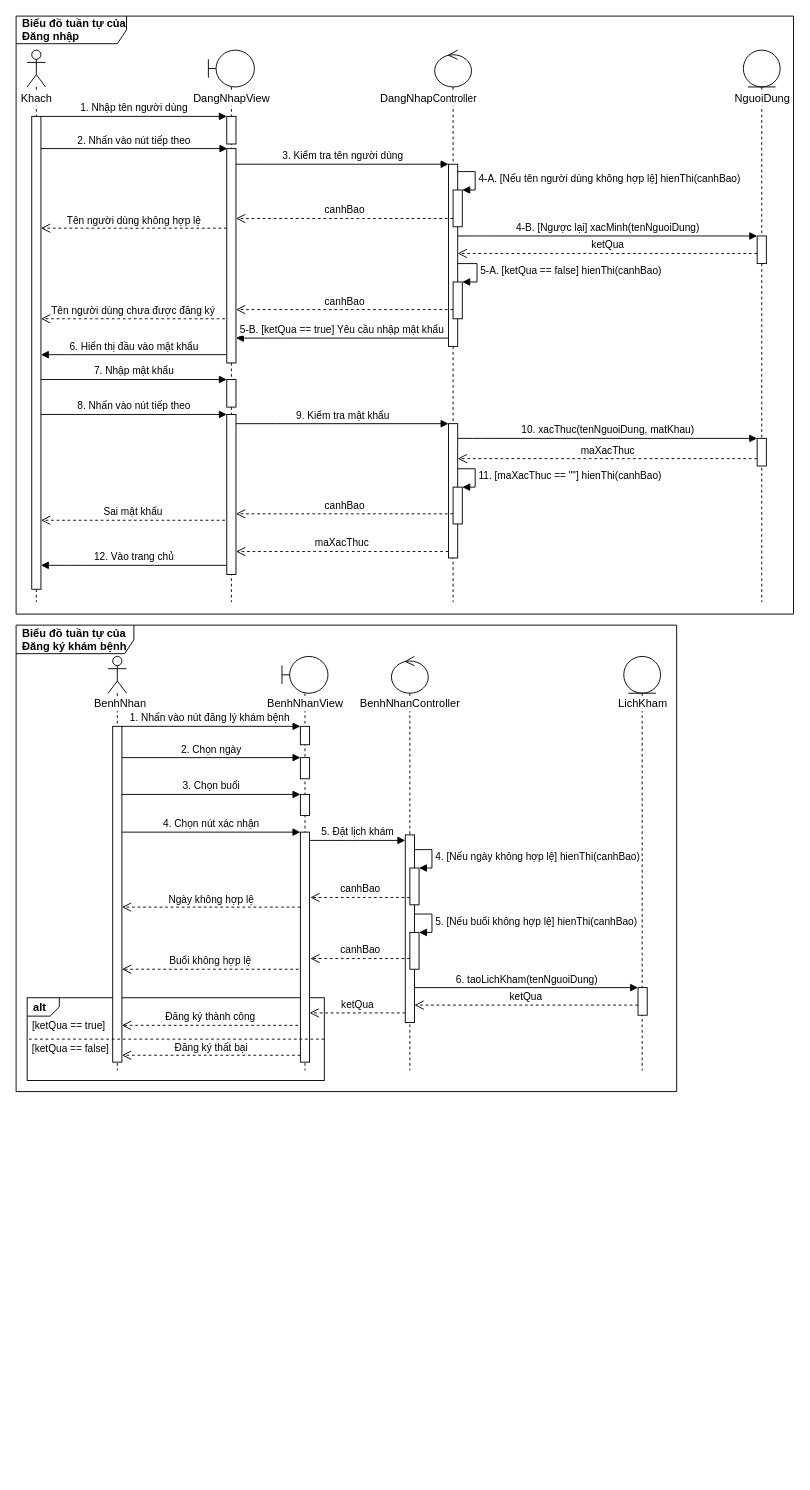
Before: page "Sequence" (1 of 4) of designs/luc.drawio in luclegen/medicine16, a draw.io diagram. Source tidied: cells renumbered, new cells numbered last; positions are measured from the earlier drawing's top-left corner, leaving out a move shared by most shapes. Both pictures are drawn from the tidied source at 92%, with x=0, y=0 at pixel (16, 16).
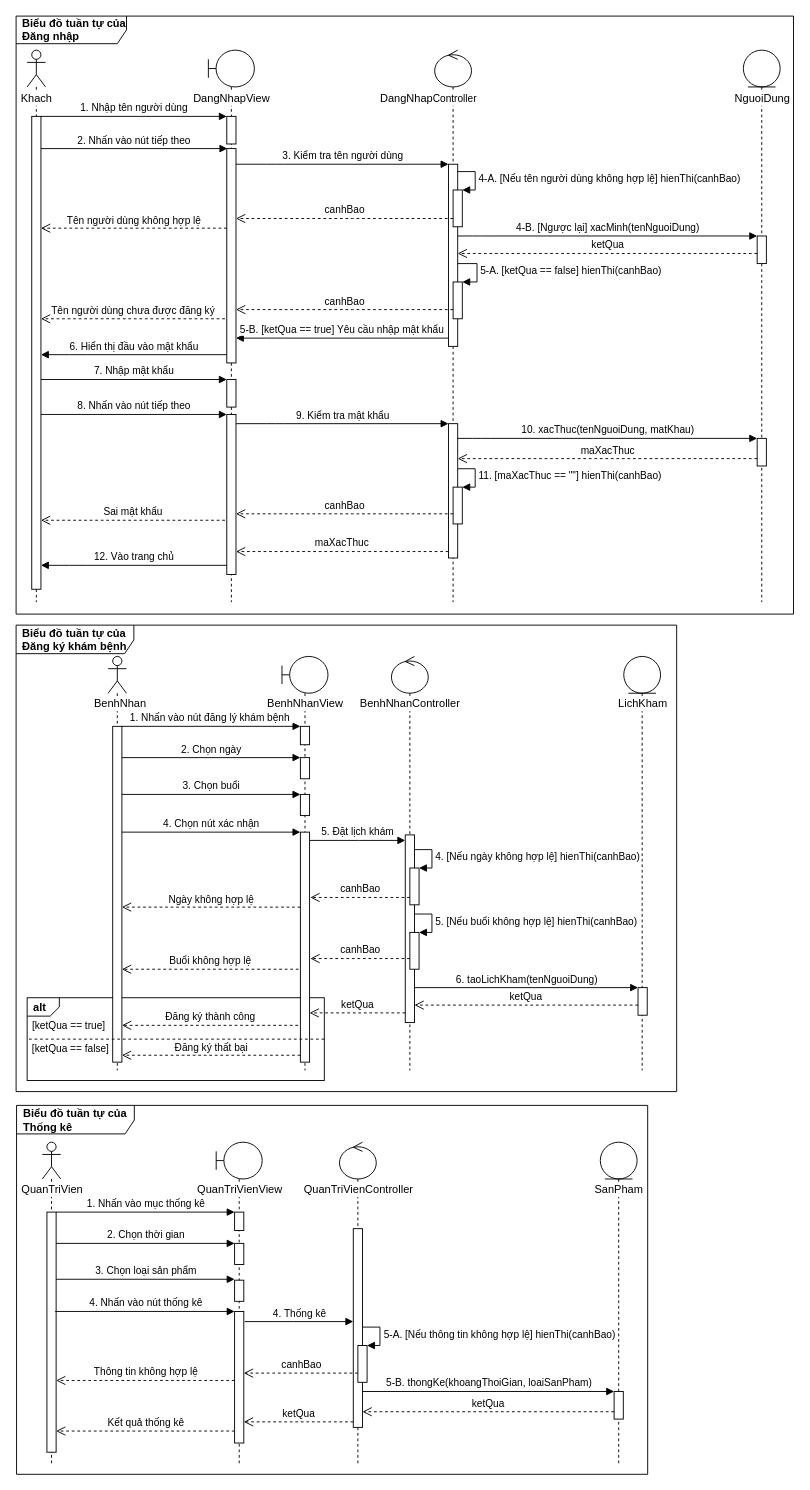
The same diagram, later.

Commit message:
Create Biểu đồ tuần tự của Thống kê

Change to the diagram source:
```diff
@@
+    <mxCell id="84" value="&lt;div style=&quot;text-align: left&quot;&gt;Kết quả thống kê&lt;/div&gt;" style="html=1;verticalAlign=bottom;endArrow=open;dashed=1;endSize=8;" parent="1" edge="1">
+      <mxGeometry relative="1" as="geometry">
+        <mxPoint x="237.5" y="1538" as="sourcePoint" />
+        <mxPoint x="43.5" y="1538" as="targetPoint" />
+      </mxGeometry>
+    </mxCell>
@@
+    <mxCell id="85" style="shape=umlLifeline;participant=umlBoundary;perimeter=lifelinePerimeter;whiteSpace=wrap;html=1;verticalAlign=top;spacingTop=36;" parent="1" vertex="1">
+      <mxGeometry x="217.5" y="1224" width="50" height="350" as="geometry" />
+    </mxCell>
+    <mxCell id="86" style="html=1;perimeter=orthogonalPerimeter;" parent="85" vertex="1">
+      <mxGeometry x="20" y="76" width="10" height="20" as="geometry" />
+    </mxCell>
+    <mxCell id="87" style="html=1;perimeter=orthogonalPerimeter;" parent="85" vertex="1">
+      <mxGeometry x="20" y="110" width="10" height="23" as="geometry" />
+    </mxCell>
+    <mxCell id="88" style="html=1;perimeter=orthogonalPerimeter;" parent="85" vertex="1">
+      <mxGeometry x="20" y="150" width="10" height="23" as="geometry" />
+    </mxCell>
+    <mxCell id="89" style="html=1;perimeter=orthogonalPerimeter;" parent="85" vertex="1">
+      <mxGeometry x="20" y="184" width="10" height="143" as="geometry" />
+    </mxCell>
+    <mxCell id="90" style="shape=umlLifeline;participant=umlControl;perimeter=lifelinePerimeter;whiteSpace=wrap;html=1;verticalAlign=top;spacingTop=36;" parent="1" vertex="1">
+      <mxGeometry x="351.5" y="1224" width="40" height="350" as="geometry" />
+    </mxCell>
+    <mxCell id="91" style="html=1;points=[];perimeter=orthogonalPerimeter;" parent="90" vertex="1">
+      <mxGeometry x="15" y="94" width="10" height="216" as="geometry" />
+    </mxCell>
+    <mxCell id="92" style="shape=umlLifeline;participant=umlEntity;perimeter=lifelinePerimeter;whiteSpace=wrap;html=1;verticalAlign=top;spacingTop=36;" parent="1" vertex="1">
+      <mxGeometry x="635" y="1224" width="40" height="350" as="geometry" />
+    </mxCell>
+    <mxCell id="93" style="html=1;points=[];perimeter=orthogonalPerimeter;" parent="92" vertex="1">
+      <mxGeometry x="15" y="271" width="10" height="30" as="geometry" />
+    </mxCell>
+    <mxCell id="94" value="QuanTriVienController" style="text;html=1;align=center;verticalAlign=middle;strokeColor=none;labelBackgroundColor=#FFFFFF;" parent="1" vertex="1">
+      <mxGeometry x="307" y="1267" width="129" height="18" as="geometry" />
+    </mxCell>
+    <mxCell id="95" value="QuanTriVienView" style="text;html=1;align=center;verticalAlign=middle;strokeColor=none;labelBackgroundColor=#FFFFFF;" parent="1" vertex="1">
+      <mxGeometry x="191.5" y="1267" width="102" height="18" as="geometry" />
+    </mxCell>
+    <mxCell id="96" style="shape=umlLifeline;participant=umlActor;perimeter=lifelinePerimeter;whiteSpace=wrap;html=1;verticalAlign=top;spacingTop=36;" parent="1" vertex="1">
+      <mxGeometry x="28.5" y="1224" width="20" height="350" as="geometry" />
+    </mxCell>
+    <mxCell id="97" style="html=1;points=[];perimeter=orthogonalPerimeter;" parent="96" vertex="1">
+      <mxGeometry x="5" y="76" width="10" height="261" as="geometry" />
+    </mxCell>
+    <mxCell id="98" value="SanPham" style="text;html=1;align=center;verticalAlign=middle;strokeColor=none;labelBackgroundColor=#FFFFFF;" parent="1" vertex="1">
+      <mxGeometry x="623.5" y="1267" width="63" height="18" as="geometry" />
+    </mxCell>
+    <mxCell id="99" value="1. Nhấn vào mục thống kê" style="html=1;verticalAlign=bottom;endArrow=block;" parent="1" edge="1" source="97">
+      <mxGeometry relative="1" as="geometry">
+        <mxPoint x="237.5" y="1300" as="targetPoint" />
+      </mxGeometry>
+    </mxCell>
+    <mxCell id="100" value="2. Chọn thời gian" style="html=1;verticalAlign=bottom;endArrow=block;" parent="1" edge="1">
+      <mxGeometry relative="1" as="geometry">
+        <mxPoint x="43.5" y="1334" as="sourcePoint" />
+        <mxPoint x="237.5" y="1334" as="targetPoint" />
+      </mxGeometry>
+    </mxCell>
+    <mxCell id="101" value="QuanTriVien" style="text;html=1;align=center;verticalAlign=middle;strokeColor=none;labelBackgroundColor=#FFFFFF;" parent="1" vertex="1">
+      <mxGeometry y="1267" width="77" height="18" as="geometry" />
+    </mxCell>
+    <mxCell id="102" value="4. Thống kê" style="html=1;verticalAlign=bottom;endArrow=block;" parent="1" edge="1">
+      <mxGeometry relative="1" as="geometry">
+        <mxPoint x="248.5" y="1419" as="sourcePoint" />
+        <mxPoint x="366.5" y="1419" as="targetPoint" />
+        <Array as="points">
+          <mxPoint x="291.5" y="1419" />
+        </Array>
+      </mxGeometry>
+    </mxCell>
+    <mxCell id="103" value="3.&amp;nbsp;Chọn loại sản phẩm" style="html=1;verticalAlign=bottom;endArrow=block;" parent="1" edge="1">
+      <mxGeometry relative="1" as="geometry">
+        <mxPoint x="43.5" y="1373" as="sourcePoint" />
+        <mxPoint x="237.5" y="1373" as="targetPoint" />
+      </mxGeometry>
+    </mxCell>
+    <mxCell id="104" style="html=1;points=[];perimeter=orthogonalPerimeter;labelBackgroundColor=#FFFFFF;" parent="1" vertex="1">
+      <mxGeometry x="371.5" y="1445" width="10" height="40" as="geometry" />
+    </mxCell>
+    <mxCell id="105" value="5-A. [Nếu thông tin không hợp lệ] hienThi(canhBao)" style="edgeStyle=orthogonalEdgeStyle;html=1;align=left;spacingLeft=2;endArrow=block;rounded=0;entryX=1;entryY=0;" parent="1" edge="1" target="104">
+      <mxGeometry relative="1" as="geometry">
+        <mxPoint x="376.5" y="1425" as="sourcePoint" />
+        <Array as="points">
+          <mxPoint x="395.5" y="1425" />
+          <mxPoint x="395.5" y="1445" />
+        </Array>
+      </mxGeometry>
+    </mxCell>
+    <mxCell id="106" value="&lt;span style=&quot;text-align: left&quot;&gt;canhBao&lt;/span&gt;" style="html=1;verticalAlign=bottom;endArrow=open;dashed=1;endSize=8;" parent="1" edge="1">
+      <mxGeometry relative="1" as="geometry">
+        <mxPoint x="371.5" y="1475" as="sourcePoint" />
+        <mxPoint x="247.5" y="1475" as="targetPoint" />
+      </mxGeometry>
+    </mxCell>
+    <mxCell id="107" value="&lt;div style=&quot;text-align: left&quot;&gt;Thông tin không hợp lệ&lt;/div&gt;" style="html=1;verticalAlign=bottom;endArrow=open;dashed=1;endSize=8;" parent="1" edge="1">
+      <mxGeometry relative="1" as="geometry">
+        <mxPoint x="237.5" y="1483" as="sourcePoint" />
+        <mxPoint x="43.5" y="1483" as="targetPoint" />
+      </mxGeometry>
+    </mxCell>
+    <mxCell id="108" value="5-B. thongKe(khoangThoiGian, loaiSanPham)" style="html=1;verticalAlign=bottom;endArrow=block;" parent="1" edge="1">
+      <mxGeometry relative="1" as="geometry">
+        <mxPoint x="376.5" y="1495" as="sourcePoint" />
+        <mxPoint x="650" y="1495" as="targetPoint" />
+      </mxGeometry>
+    </mxCell>
+    <mxCell id="109" value="ketQua" style="html=1;verticalAlign=bottom;endArrow=open;dashed=1;endSize=8;" parent="1" edge="1" source="93">
+      <mxGeometry relative="1" as="geometry">
+        <mxPoint x="376.5" y="1517" as="targetPoint" />
+        <Array as="points">
+          <mxPoint x="582.5" y="1517" />
+        </Array>
+      </mxGeometry>
+    </mxCell>
+    <mxCell id="110" value="ketQua" style="html=1;verticalAlign=bottom;endArrow=open;dashed=1;endSize=8;" parent="1" edge="1" source="91">
+      <mxGeometry relative="1" as="geometry">
+        <mxPoint x="247.5" y="1528" as="targetPoint" />
+      </mxGeometry>
+    </mxCell>
+    <mxCell id="111" value="4.&amp;nbsp;Nhấn vào nút thống kê" style="html=1;verticalAlign=bottom;endArrow=block;" parent="1" edge="1">
+      <mxGeometry relative="1" as="geometry">
+        <mxPoint x="42.5" y="1408" as="sourcePoint" />
+        <mxPoint x="237.5" y="1408" as="targetPoint" />
+      </mxGeometry>
+    </mxCell>
+    <mxCell id="112" value="&lt;b&gt;Biểu đồ tuần tự của Thống kê&lt;/b&gt;" style="shape=umlFrame;whiteSpace=wrap;html=1;width=128;height=31;boundedLbl=1;verticalAlign=middle;align=left;spacingLeft=5;" parent="1" vertex="1">
+      <mxGeometry x="0.5" y="1184" width="686" height="401" as="geometry" />
+    </mxCell>
```
